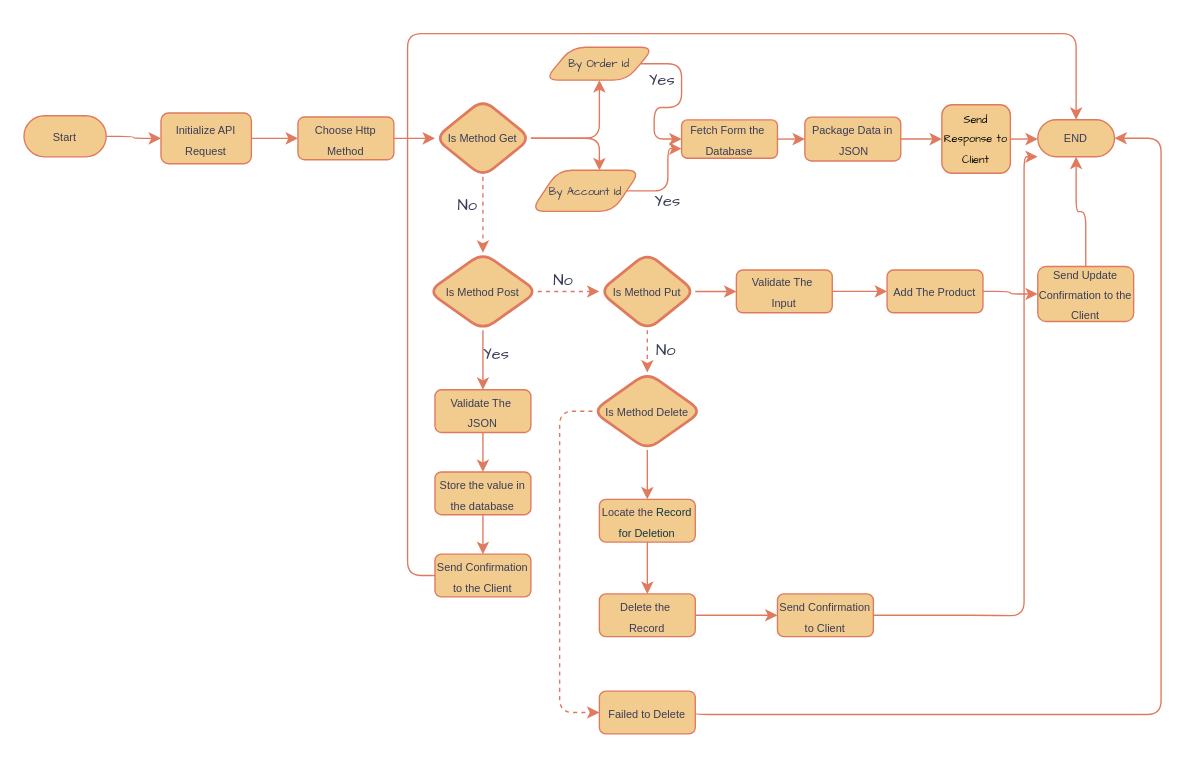
Before: page "Order" (1 of 2) of Untitled Diagram.drawio in EliteMandy/Drawing, a draw.io diagram. Source tidied: cells renumbered, new cells numbered last; positions are measured from the earlier drawing's top-left corner, leaving out a move shared by most shapes. Both pictures are drawn from the tidied source at 137%, with x=0, y=0 at pixel (23, 33).
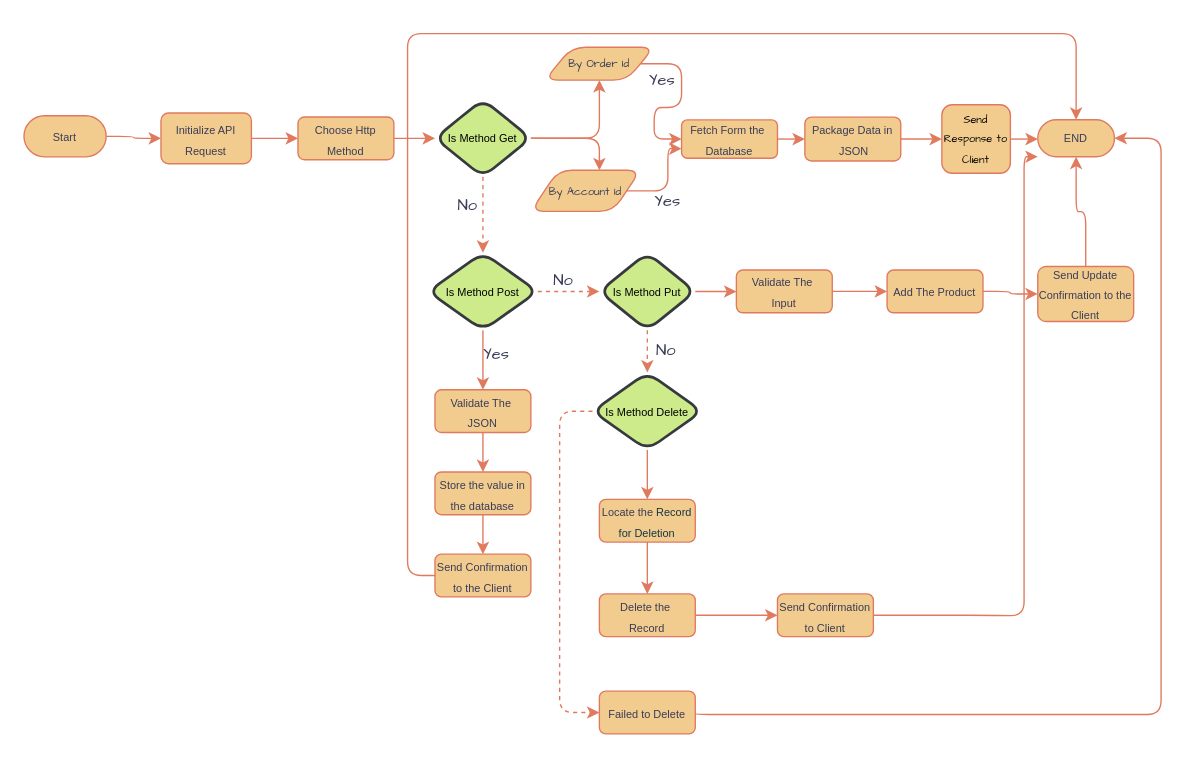
After the change.

What changed in the source:
```diff
@@
-    <mxCell id="10" value="&lt;font style=&quot;font-size: 8px;&quot;&gt;Is Method Get&lt;/font&gt;" style="rhombus;whiteSpace=wrap;html=1;labelBackgroundColor=none;rounded=1;shadow=0;strokeWidth=2;fillColor=#F2CC8F;strokeColor=#E07A5F;fontColor=#393C56;" parent="1" vertex="1">
+    <mxCell id="10" value="&lt;font style=&quot;font-size: 8px;&quot;&gt;Is Method Get&lt;/font&gt;" style="rhombus;whiteSpace=wrap;html=1;labelBackgroundColor=none;rounded=1;shadow=0;strokeWidth=2;fillColor=#cdeb8b;strokeColor=#36393d;" parent="1" vertex="1">
       <mxGeometry x="300" y="48.1" width="70" height="56.5" as="geometry" />
     </mxCell>
@@
-    <mxCell id="28" value="&lt;font style=&quot;font-size: 8px;&quot;&gt;Is Method Post&lt;/font&gt;" style="rhombus;whiteSpace=wrap;html=1;labelBackgroundColor=none;rounded=1;strokeWidth=2;fillColor=#F2CC8F;strokeColor=#E07A5F;fontColor=#393C56;" parent="1" vertex="1">
+    <mxCell id="28" value="&lt;font style=&quot;font-size: 8px;&quot;&gt;Is Method Post&lt;/font&gt;" style="rhombus;whiteSpace=wrap;html=1;labelBackgroundColor=none;rounded=1;strokeWidth=2;fillColor=#cdeb8b;strokeColor=#36393d;" parent="1" vertex="1">
       <mxGeometry x="295" y="160" width="80" height="56.5" as="geometry" />
     </mxCell>
@@
-    <mxCell id="32" value="&lt;font style=&quot;font-size: 8px;&quot;&gt;Is Method Put&lt;/font&gt;" style="rhombus;whiteSpace=wrap;html=1;labelBackgroundColor=none;rounded=1;strokeWidth=2;fillColor=#F2CC8F;strokeColor=#E07A5F;fontColor=#393C56;" parent="1" vertex="1">
+    <mxCell id="32" value="&lt;font style=&quot;font-size: 8px;&quot;&gt;Is Method Put&lt;/font&gt;" style="rhombus;whiteSpace=wrap;html=1;labelBackgroundColor=none;rounded=1;strokeWidth=2;fillColor=#cdeb8b;strokeColor=#36393d;" parent="1" vertex="1">
       <mxGeometry x="420" y="160" width="70" height="56.5" as="geometry" />
     </mxCell>
@@
-    <mxCell id="48" value="&lt;font style=&quot;font-size: 8px;&quot;&gt;Is Method Delete&lt;/font&gt;" style="rhombus;whiteSpace=wrap;html=1;labelBackgroundColor=none;rounded=1;strokeWidth=2;fillColor=#F2CC8F;strokeColor=#E07A5F;fontColor=#393C56;" parent="1" vertex="1">
+    <mxCell id="48" value="&lt;font style=&quot;font-size: 8px;&quot;&gt;Is Method Delete&lt;/font&gt;" style="rhombus;whiteSpace=wrap;html=1;labelBackgroundColor=none;rounded=1;strokeWidth=2;fillColor=#cdeb8b;strokeColor=#36393d;" parent="1" vertex="1">
       <mxGeometry x="415" y="247.4" width="80" height="56.5" as="geometry" />
     </mxCell>
```
